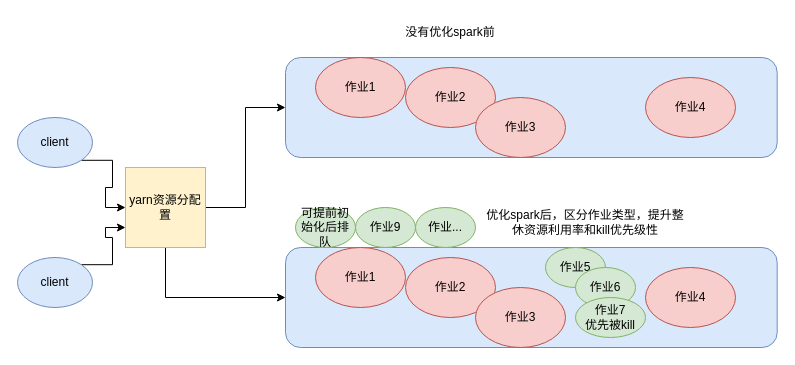
Earlier version of the draw.io diagram spark类型作业.drawio (liangrui198/001). Source tidied: cells renumbered, new cells numbered last; positions are measured from the earlier drawing's top-left corner, leaving out a move shared by most shapes. Both pictures are drawn from the tidied source at 100%, with x=0, y=0 at pixel (17, 17).
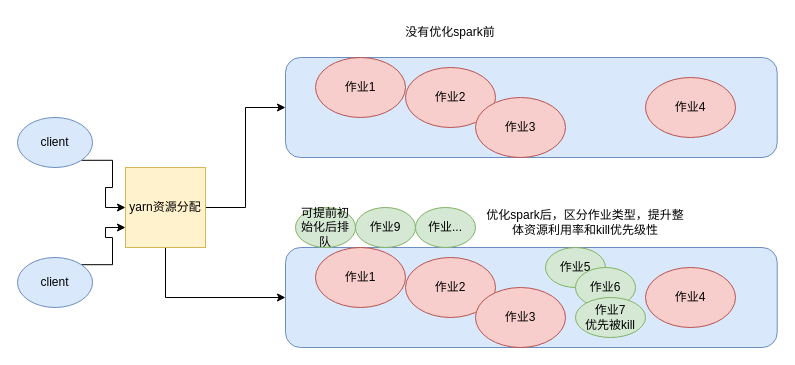
After the change.

Commit message:
更新spark类型作业.drawio

Change to the diagram source:
```diff
@@
-    <mxCell id="9" value="yarn资源分配置" style="whiteSpace=wrap;html=1;fillColor=#fff2cc;strokeColor=#d6b656;" parent="1" vertex="1">
+    <mxCell id="9" value="yarn资源分配" style="whiteSpace=wrap;html=1;fillColor=#fff2cc;strokeColor=#d6b656;" parent="1" vertex="1">
       <mxGeometry x="108" y="150" width="80" height="80" as="geometry" />
     </mxCell>
@@
-    <mxCell id="26" value="优化spark后，区分作业类型，提升整休资源利用率和kill优先级性" style="text;html=1;align=center;verticalAlign=middle;whiteSpace=wrap;rounded=0;" parent="1" vertex="1">
+    <mxCell id="26" value="优化spark后，区分作业类型，提升整体资源利用率和kill优先级性" style="text;html=1;align=center;verticalAlign=middle;whiteSpace=wrap;rounded=0;" parent="1" vertex="1">
       <mxGeometry x="468" y="190" width="200" height="30" as="geometry" />
     </mxCell>
```
